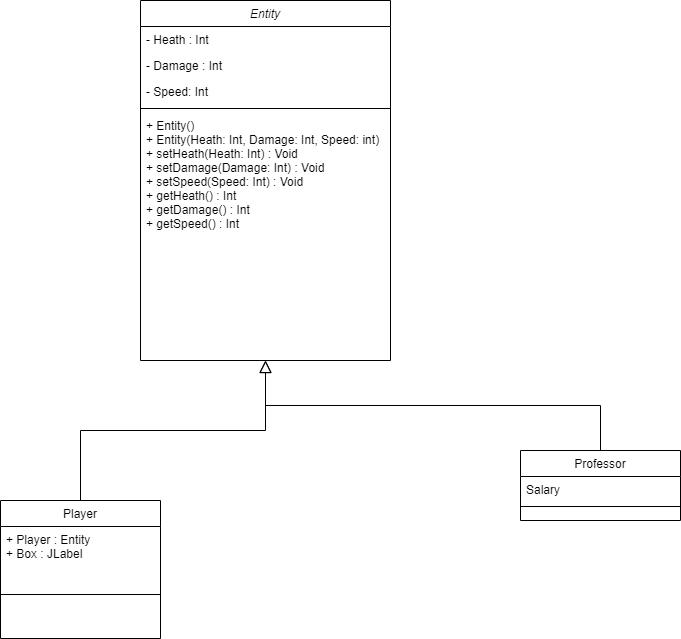
Before: Guides/Class Diagram.drawio.png, a diagram exported from draw.io (Anh39/Bomberman). Source tidied: cells renumbered, new cells last; positions are measured from the earlier drawing's top-left corner, leaving out a move shared by most shapes. Its diagram source:
```xml
<mxGraphModel>
  <root>
    <mxCell id="0" />
    <mxCell id="1" parent="0" />
    <mxCell id="2" value="Entity" style="swimlane;fontStyle=2;align=center;verticalAlign=top;horizontal=1;startSize=26;rounded=0;shadow=0;strokeWidth=1;" parent="1" vertex="1">
      <mxGeometry x="140" width="250" height="360" as="geometry" />
    </mxCell>
    <mxCell id="3" value="- Heath : Int" style="text;align=left;verticalAlign=top;spacingLeft=4;spacingRight=4;overflow=hidden;" parent="2" vertex="1">
      <mxGeometry y="26" width="250" height="26" as="geometry" />
    </mxCell>
    <mxCell id="4" value="- Damage : Int" style="text;align=left;verticalAlign=top;spacingLeft=4;spacingRight=4;overflow=hidden;rounded=0;shadow=0;html=0;" parent="2" vertex="1">
      <mxGeometry y="52" width="250" height="26" as="geometry" />
    </mxCell>
    <mxCell id="5" value="- Speed: Int" style="text;align=left;verticalAlign=top;spacingLeft=4;spacingRight=4;overflow=hidden;rounded=0;shadow=0;html=0;" parent="2" vertex="1">
      <mxGeometry y="78" width="250" height="26" as="geometry" />
    </mxCell>
    <mxCell id="6" style="line;html=1;strokeWidth=1;align=left;verticalAlign=middle;spacingTop=-1;spacingLeft=3;spacingRight=3;labelPosition=right;" parent="2" vertex="1">
      <mxGeometry y="104" width="250" height="8" as="geometry" />
    </mxCell>
    <mxCell id="7" value="+ Entity()&#10;+ Entity(Heath: Int, Damage: Int, Speed: int)&#10;+ setHeath(Heath: Int) : Void&#10;+ setDamage(Damage: Int) : Void&#10;+ setSpeed(Speed: Int) : Void&#10;+ getHeath() : Int&#10;+ getDamage() : Int&#10;+ getSpeed() : Int" style="text;align=left;verticalAlign=top;spacingLeft=4;spacingRight=4;overflow=hidden;points=[[0,0.5],[1,0.5]];portConstraint=eastwest;" parent="2" vertex="1">
      <mxGeometry y="112" width="250" height="248" as="geometry" />
    </mxCell>
    <mxCell id="8" value="Player&#10;" style="swimlane;fontStyle=0;align=center;verticalAlign=top;horizontal=1;startSize=26;rounded=0;shadow=0;strokeWidth=1;" parent="1" vertex="1">
      <mxGeometry y="500" width="160" height="138" as="geometry" />
    </mxCell>
    <mxCell id="9" value="+ Player : Entity&#10;+ Box : JLabel&#10;" style="text;align=left;verticalAlign=top;spacingLeft=4;spacingRight=4;overflow=hidden;rounded=0;shadow=0;html=0;" parent="8" vertex="1">
      <mxGeometry y="26" width="160" height="64" as="geometry" />
    </mxCell>
    <mxCell id="10" style="line;html=1;strokeWidth=1;align=left;verticalAlign=middle;spacingTop=-1;spacingLeft=3;spacingRight=3;labelPosition=right;" parent="8" vertex="1">
      <mxGeometry y="90" width="160" height="8" as="geometry" />
    </mxCell>
    <mxCell id="11" style="endArrow=block;endSize=10;endFill=0;shadow=0;strokeWidth=1;rounded=0;edgeStyle=elbowEdgeStyle;elbow=vertical;" parent="1" edge="1" source="8" target="2">
      <mxGeometry relative="1" as="geometry" />
    </mxCell>
    <mxCell id="12" value="Professor" style="swimlane;fontStyle=0;align=center;verticalAlign=top;horizontal=1;startSize=26;rounded=0;shadow=0;strokeWidth=1;" parent="1" vertex="1">
      <mxGeometry x="520" y="450" width="160" height="70" as="geometry" />
    </mxCell>
    <mxCell id="13" value="Salary" style="text;align=left;verticalAlign=top;spacingLeft=4;spacingRight=4;overflow=hidden;" parent="12" vertex="1">
      <mxGeometry y="26" width="160" height="26" as="geometry" />
    </mxCell>
    <mxCell id="14" style="line;html=1;strokeWidth=1;align=left;verticalAlign=middle;spacingTop=-1;spacingLeft=3;spacingRight=3;labelPosition=right;" parent="12" vertex="1">
      <mxGeometry y="52" width="160" height="8" as="geometry" />
    </mxCell>
    <mxCell id="15" style="endArrow=block;endSize=10;endFill=0;shadow=0;strokeWidth=1;rounded=0;edgeStyle=elbowEdgeStyle;elbow=vertical;" parent="1" edge="1" source="12" target="2">
      <mxGeometry relative="1" as="geometry" />
    </mxCell>
  </root>
</mxGraphModel>
```
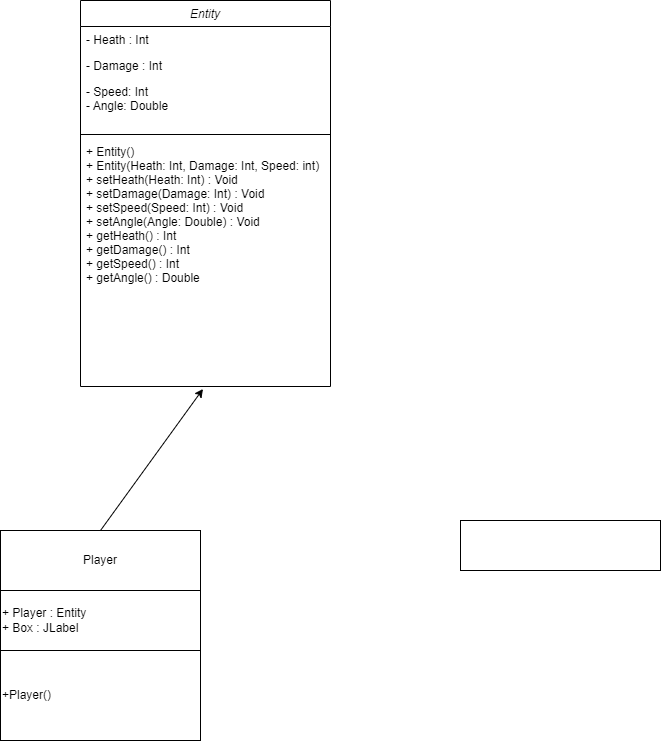
The same file after the commit.

The edit, as a diff of the source:
```diff
@@ -3,7 +3,7 @@
     <mxCell id="0" />
     <mxCell id="1" parent="0" />
     <mxCell id="2" value="Entity" style="swimlane;fontStyle=2;align=center;verticalAlign=top;horizontal=1;startSize=26;rounded=0;shadow=0;strokeWidth=1;" parent="1" vertex="1">
-      <mxGeometry x="140" width="250" height="360" as="geometry" />
+      <mxGeometry x="140" width="250" height="386" as="geometry" />
     </mxCell>
     <mxCell id="3" value="- Heath : Int" style="text;align=left;verticalAlign=top;spacingLeft=4;spacingRight=4;overflow=hidden;" parent="2" vertex="1">
       <mxGeometry y="26" width="250" height="26" as="geometry" />
@@ -11,38 +11,34 @@
     <mxCell id="4" value="- Damage : Int" style="text;align=left;verticalAlign=top;spacingLeft=4;spacingRight=4;overflow=hidden;rounded=0;shadow=0;html=0;" parent="2" vertex="1">
       <mxGeometry y="52" width="250" height="26" as="geometry" />
     </mxCell>
-    <mxCell id="5" value="- Speed: Int" style="text;align=left;verticalAlign=top;spacingLeft=4;spacingRight=4;overflow=hidden;rounded=0;shadow=0;html=0;" parent="2" vertex="1">
-      <mxGeometry y="78" width="250" height="26" as="geometry" />
+    <mxCell id="5" value="- Speed: Int&#10;- Angle: Double" style="text;align=left;verticalAlign=top;spacingLeft=4;spacingRight=4;overflow=hidden;rounded=0;shadow=0;html=0;" parent="2" vertex="1">
+      <mxGeometry y="78" width="250" height="52" as="geometry" />
     </mxCell>
     <mxCell id="6" style="line;html=1;strokeWidth=1;align=left;verticalAlign=middle;spacingTop=-1;spacingLeft=3;spacingRight=3;labelPosition=right;" parent="2" vertex="1">
-      <mxGeometry y="104" width="250" height="8" as="geometry" />
+      <mxGeometry y="130" width="250" height="8" as="geometry" />
     </mxCell>
-    <mxCell id="7" value="+ Entity()&#10;+ Entity(Heath: Int, Damage: Int, Speed: int)&#10;+ setHeath(Heath: Int) : Void&#10;+ setDamage(Damage: Int) : Void&#10;+ setSpeed(Speed: Int) : Void&#10;+ getHeath() : Int&#10;+ getDamage() : Int&#10;+ getSpeed() : Int" style="text;align=left;verticalAlign=top;spacingLeft=4;spacingRight=4;overflow=hidden;points=[[0,0.5],[1,0.5]];portConstraint=eastwest;" parent="2" vertex="1">
-      <mxGeometry y="112" width="250" height="248" as="geometry" />
+    <mxCell id="7" value="+ Entity()&#10;+ Entity(Heath: Int, Damage: Int, Speed: int)&#10;+ setHeath(Heath: Int) : Void&#10;+ setDamage(Damage: Int) : Void&#10;+ setSpeed(Speed: Int) : Void&#10;+ setAngle(Angle: Double) : Void&#10;+ getHeath() : Int&#10;+ getDamage() : Int&#10;+ getSpeed() : Int&#10;+ getAngle() : Double" style="text;align=left;verticalAlign=top;spacingLeft=4;spacingRight=4;overflow=hidden;points=[[0,0.5],[1,0.5]];portConstraint=eastwest;" parent="2" vertex="1">
+      <mxGeometry y="138" width="250" height="248" as="geometry" />
     </mxCell>
+    <mxCell id="16" style="endArrow=classic;html=1;rounded=0;exitX=0.5;exitY=0;exitDx=0;exitDy=0;entryX=0.49;entryY=1.01;entryDx=0;entryDy=0;entryPerimeter=0;" parent="1" edge="1" target="7">
+      <mxGeometry relative="1" as="geometry">
+        <mxPoint x="160" y="530" as="sourcePoint" />
+      </mxGeometry>
+    </mxCell>
+    <mxCell id="17" style="rounded=0;whiteSpace=wrap;html=1;" parent="1" vertex="1">
+      <mxGeometry x="60" y="530" width="200" height="210" as="geometry" />
+    </mxCell>
-    <mxCell id="8" value="Player&#10;" style="swimlane;fontStyle=0;align=center;verticalAlign=top;horizontal=1;startSize=26;rounded=0;shadow=0;strokeWidth=1;" parent="1" vertex="1">
-      <mxGeometry y="500" width="160" height="138" as="geometry" />
+    <mxCell id="8" value="Player" style="rounded=0;whiteSpace=wrap;html=1;" parent="1" vertex="1">
+      <mxGeometry x="60" y="530" width="200" height="60" as="geometry" />
     </mxCell>
-    <mxCell id="9" value="+ Player : Entity&#10;+ Box : JLabel&#10;" style="text;align=left;verticalAlign=top;spacingLeft=4;spacingRight=4;overflow=hidden;rounded=0;shadow=0;html=0;" parent="8" vertex="1">
-      <mxGeometry y="26" width="160" height="64" as="geometry" />
+    <mxCell id="9" value="+ Player : Entity&lt;br&gt;+ Box : JLabel" style="rounded=0;whiteSpace=wrap;html=1;align=left;" parent="1" vertex="1">
+      <mxGeometry x="60" y="590" width="200" height="60" as="geometry" />
     </mxCell>
-    <mxCell id="10" style="line;html=1;strokeWidth=1;align=left;verticalAlign=middle;spacingTop=-1;spacingLeft=3;spacingRight=3;labelPosition=right;" parent="8" vertex="1">
-      <mxGeometry y="90" width="160" height="8" as="geometry" />
-    </mxCell>
-    <mxCell id="11" style="endArrow=block;endSize=10;endFill=0;shadow=0;strokeWidth=1;rounded=0;edgeStyle=elbowEdgeStyle;elbow=vertical;" parent="1" edge="1" source="8" target="2">
-      <mxGeometry relative="1" as="geometry" />
-    </mxCell>
-    <mxCell id="12" value="Professor" style="swimlane;fontStyle=0;align=center;verticalAlign=top;horizontal=1;startSize=26;rounded=0;shadow=0;strokeWidth=1;" parent="1" vertex="1">
-      <mxGeometry x="520" y="450" width="160" height="70" as="geometry" />
-    </mxCell>
-    <mxCell id="13" value="Salary" style="text;align=left;verticalAlign=top;spacingLeft=4;spacingRight=4;overflow=hidden;" parent="12" vertex="1">
-      <mxGeometry y="26" width="160" height="26" as="geometry" />
-    </mxCell>
-    <mxCell id="14" style="line;html=1;strokeWidth=1;align=left;verticalAlign=middle;spacingTop=-1;spacingLeft=3;spacingRight=3;labelPosition=right;" parent="12" vertex="1">
-      <mxGeometry y="52" width="160" height="8" as="geometry" />
-    </mxCell>
-    <mxCell id="15" style="endArrow=block;endSize=10;endFill=0;shadow=0;strokeWidth=1;rounded=0;edgeStyle=elbowEdgeStyle;elbow=vertical;" parent="1" edge="1" source="12" target="2">
-      <mxGeometry relative="1" as="geometry" />
-    </mxCell>
+    <mxCell id="18" style="rounded=0;whiteSpace=wrap;html=1;" parent="1" vertex="1">
+      <mxGeometry x="520" y="520" width="200" height="50" as="geometry" />
+    </mxCell>
+    <mxCell id="19" value="+Player()&lt;br&gt;" style="rounded=0;whiteSpace=wrap;html=1;align=left;" parent="1" vertex="1">
+      <mxGeometry x="60" y="650" width="200" height="90" as="geometry" />
+    </mxCell>
   </root>
 </mxGraphModel>
```
